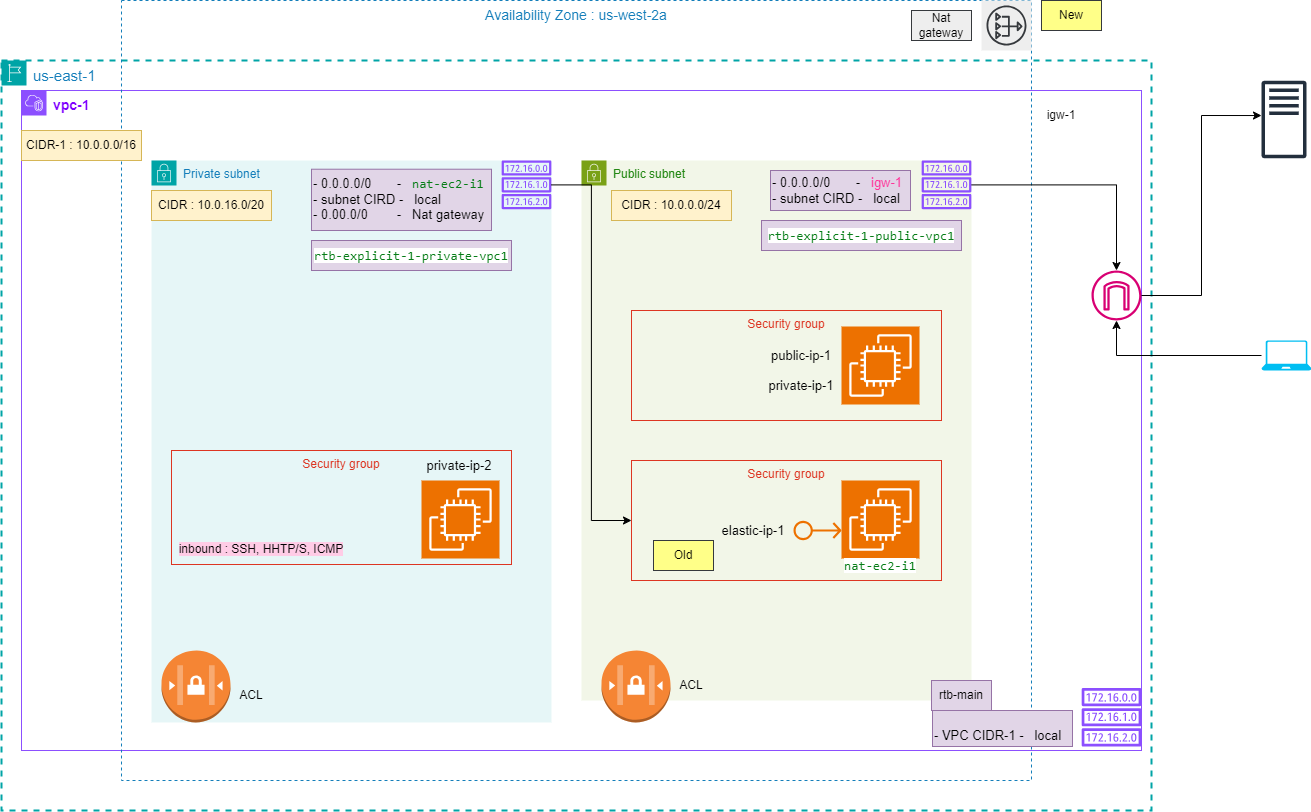
Before: aws/img/draw-io/VPC-1.drawio.png, a diagram exported from draw.io (lekhrajdinkar/02-spring). Source tidied: cells renumbered, new cells last; positions are measured from the earlier drawing's top-left corner, leaving out a move shared by most shapes.
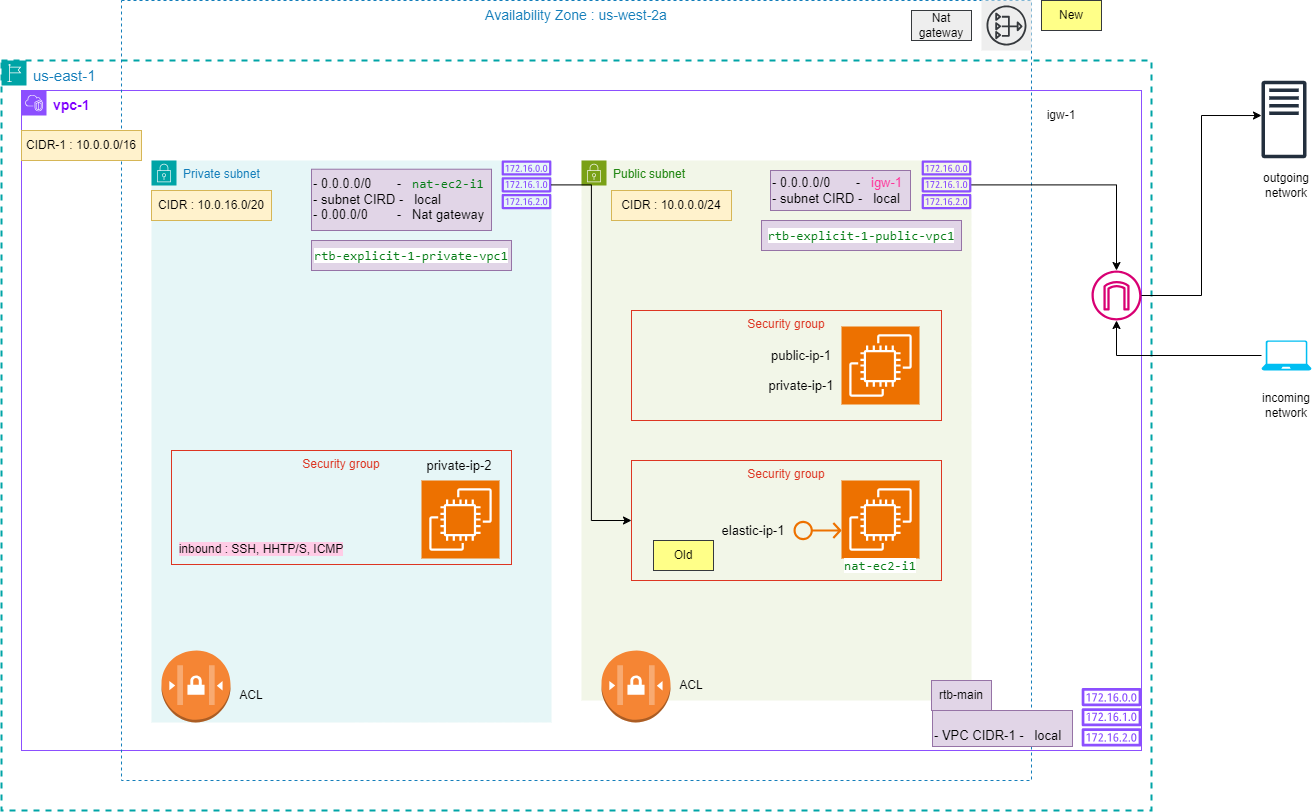
Above is the later version.

What changed in the source:
```diff
@@ -140,5 +140,11 @@
     <mxCell id="47" value="New" style="text;html=1;align=center;verticalAlign=middle;whiteSpace=wrap;rounded=0;fillColor=#ffff88;strokeColor=#36393d;" parent="1" vertex="1">
       <mxGeometry x="1040" width="60" height="30" as="geometry" />
     </mxCell>
+    <mxCell id="48" value="outgoing network" style="text;html=1;align=center;verticalAlign=middle;whiteSpace=wrap;rounded=0;" parent="1" vertex="1">
+      <mxGeometry x="1255" y="170" width="60" height="30" as="geometry" />
+    </mxCell>
+    <mxCell id="49" value="incoming network" style="text;html=1;align=center;verticalAlign=middle;whiteSpace=wrap;rounded=0;" parent="1" vertex="1">
+      <mxGeometry x="1255" y="390" width="60" height="30" as="geometry" />
+    </mxCell>
   </root>
 </mxGraphModel>
```
